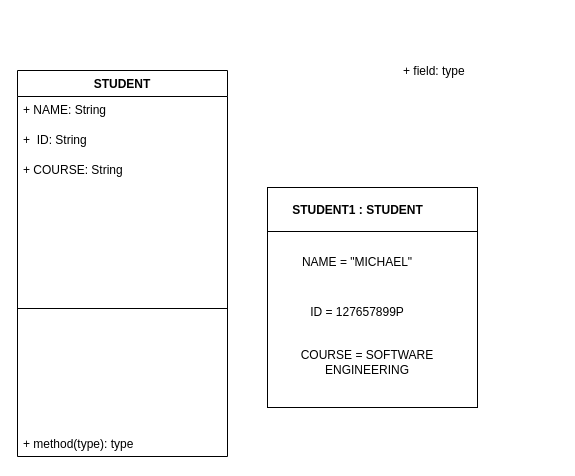
M28755/SYSTEM-DESIGN-AND-ARCHITECTURE keeps this draw.io diagram as OBJECT DIAGRAM.drawio. Above is the earlier version. Source tidied: cells renumbered, new cells numbered last; positions are measured from the earlier drawing's top-left corner, leaving out a move shared by most shapes. Both pictures are drawn from the tidied source at 100%, with x=0, y=0 at pixel (17, 57).
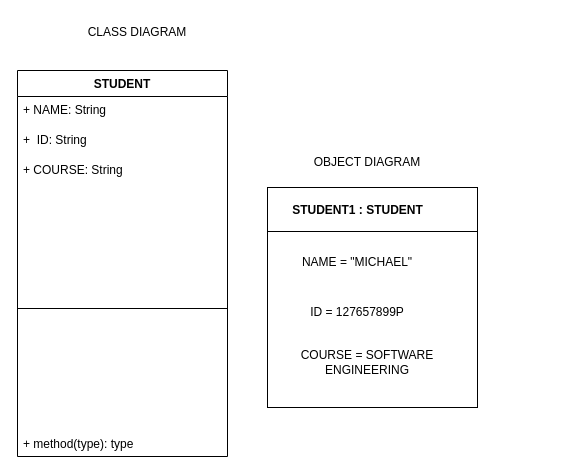
The same diagram, later.

Diff of the diagram source:
```diff
@@
 <mxGraphModel>
   <root>
     <mxCell id="0" />
     <mxCell id="1" parent="0" />
     <mxCell id="2" style="html=1;whiteSpace=wrap;" parent="1" vertex="1">
       <mxGeometry x="250" y="130" width="210" height="220" as="geometry" />
     </mxCell>
     <mxCell id="3" style="line;strokeWidth=1;fillColor=none;align=left;verticalAlign=middle;spacingTop=-1;spacingLeft=3;spacingRight=3;labelPosition=right;strokeColor=inherit;labelPerimeter=1;" parent="1" vertex="1">
       <mxGeometry x="250" y="160" width="210" height="28" as="geometry" />
     </mxCell>
     <mxCell id="4" value="STUDENT1 : STUDENT" style="text;align=center;fontStyle=1;verticalAlign=middle;spacingLeft=3;spacingRight=3;strokeColor=none;html=1;" parent="1" vertex="1">
       <mxGeometry x="300" y="140" width="80" height="26" as="geometry" />
     </mxCell>
     <mxCell id="5" value="NAME = &quot;MICHAEL&quot;" style="text;html=1;whiteSpace=wrap;strokeColor=none;fillColor=none;align=center;verticalAlign=middle;rounded=0;" parent="1" vertex="1">
       <mxGeometry x="260" y="190" width="160" height="30" as="geometry" />
     </mxCell>
     <mxCell id="6" value="ID = 127657899P" style="text;html=1;whiteSpace=wrap;strokeColor=none;fillColor=none;align=center;verticalAlign=middle;rounded=0;" parent="1" vertex="1">
       <mxGeometry x="275" y="240" width="130" height="30" as="geometry" />
     </mxCell>
     <mxCell id="7" value="COURSE = SOFTWARE ENGINEERING" style="text;html=1;whiteSpace=wrap;strokeColor=none;fillColor=none;align=center;verticalAlign=middle;rounded=0;" parent="1" vertex="1">
       <mxGeometry x="260" y="290" width="180" height="30" as="geometry" />
     </mxCell>
     <mxCell id="8" value="STUDENT" style="swimlane;fontStyle=1;align=center;verticalAlign=top;horizontal=1;startSize=26;whiteSpace=wrap;html=1;" parent="1" vertex="1">
       <mxGeometry y="13" width="210" height="386" as="geometry" />
     </mxCell>
     <mxCell id="9" value="+ NAME: String&lt;div&gt;&lt;br&gt;&lt;/div&gt;&lt;div&gt;+ ID : String&lt;/div&gt;&lt;div&gt;&lt;br&gt;&lt;/div&gt;&lt;div&gt;+ COURSE : string&lt;/div&gt;" style="text;strokeColor=none;fillColor=none;align=left;verticalAlign=top;spacingLeft=4;spacingRight=4;overflow=hidden;whiteSpace=wrap;html=1;" parent="8" vertex="1">
       <mxGeometry y="26" width="210" height="30" as="geometry" />
     </mxCell>
     <mxCell id="10" value="+&amp;nbsp; ID: String&lt;div&gt;&lt;br&gt;&lt;/div&gt;&lt;div&gt;&lt;br&gt;&lt;/div&gt;" style="text;strokeColor=none;fillColor=none;align=left;verticalAlign=top;spacingLeft=4;spacingRight=4;overflow=hidden;whiteSpace=wrap;html=1;" parent="8" vertex="1">
       <mxGeometry y="56" width="210" height="30" as="geometry" />
     </mxCell>
     <mxCell id="11" value="+ COURSE: String&lt;div&gt;&lt;br&gt;&lt;/div&gt;&lt;div&gt;&lt;br&gt;&lt;/div&gt;&lt;div&gt;&lt;br&gt;&lt;/div&gt;" style="text;strokeColor=none;fillColor=none;align=left;verticalAlign=top;spacingLeft=4;spacingRight=4;overflow=hidden;whiteSpace=wrap;html=1;" parent="8" vertex="1">
       <mxGeometry y="86" width="210" height="30" as="geometry" />
     </mxCell>
     <mxCell id="12" style="line;strokeWidth=1;fillColor=none;align=left;verticalAlign=middle;spacingTop=-1;spacingLeft=3;spacingRight=3;labelPosition=right;strokeColor=inherit;labelPerimeter=1;" parent="8" vertex="1">
       <mxGeometry y="116" width="210" height="244" as="geometry" />
     </mxCell>
     <mxCell id="13" value="+ method(type): type" style="text;strokeColor=none;fillColor=none;align=left;verticalAlign=top;spacingLeft=4;spacingRight=4;overflow=hidden;whiteSpace=wrap;html=1;" parent="8" vertex="1">
       <mxGeometry y="360" width="210" height="26" as="geometry" />
     </mxCell>
-    <mxCell id="14" value="+ field: type" style="text;strokeColor=none;fillColor=none;align=left;verticalAlign=top;spacingLeft=4;spacingRight=4;overflow=hidden;whiteSpace=wrap;html=1;" parent="1" vertex="1">
-      <mxGeometry x="380" width="160" height="26" as="geometry" />
-    </mxCell>
+    <mxCell id="15" value="CLASS DIAGRAM" style="text;html=1;whiteSpace=wrap;strokeColor=none;fillColor=none;align=center;verticalAlign=middle;rounded=0;" parent="1" vertex="1">
+      <mxGeometry x="40" y="-40" width="160" height="30" as="geometry" />
+    </mxCell>
+    <mxCell id="16" value="OBJECT DIAGRAM" style="text;html=1;whiteSpace=wrap;strokeColor=none;fillColor=none;align=center;verticalAlign=middle;rounded=0;" parent="1" vertex="1">
+      <mxGeometry x="260" y="90" width="180" height="30" as="geometry" />
+    </mxCell>
   </root>
 </mxGraphModel>
```
